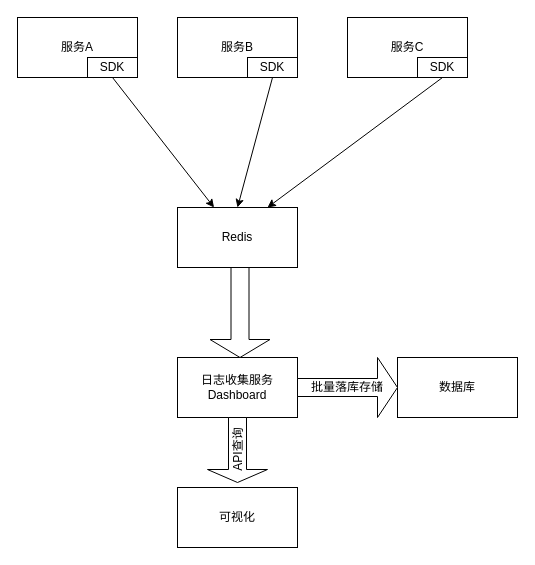
Before: page "BCP业务流程监控" (2 of 5) of 项目架构图.drawio in sooxen/drawio, a draw.io diagram. Source tidied: cells renumbered, new cells numbered last; positions are measured from the earlier drawing's top-left corner, leaving out a move shared by most shapes. Both pictures are drawn from the tidied source at 100%, with x=0, y=0 at pixel (17, 17).
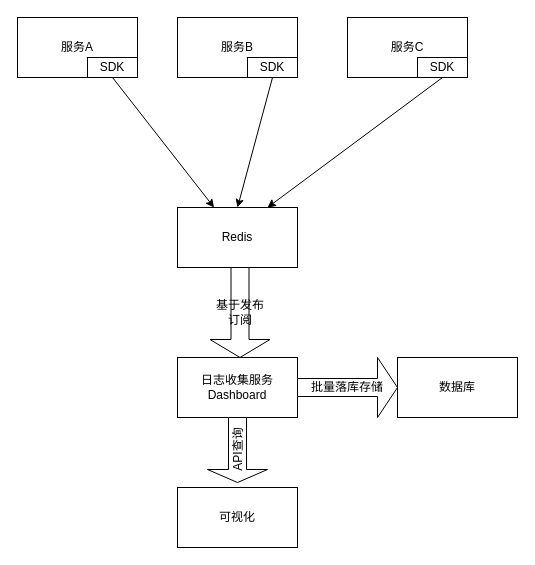
After the change.

Commit message:
更新项目架构图.drawio

What changed in the source:
```diff
@@
 <mxGraphModel>
   <root>
     <mxCell id="0" />
     <mxCell id="1" parent="0" />
     <mxCell id="2" value="服务A" style="rounded=0;whiteSpace=wrap;html=1;" parent="1" vertex="1">
       <mxGeometry width="120" height="60" as="geometry" />
     </mxCell>
     <mxCell id="3" value="服务B" style="rounded=0;whiteSpace=wrap;html=1;" parent="1" vertex="1">
       <mxGeometry x="160" width="120" height="60" as="geometry" />
     </mxCell>
     <mxCell id="4" value="服务C" style="rounded=0;whiteSpace=wrap;html=1;" parent="1" vertex="1">
       <mxGeometry x="330" width="120" height="60" as="geometry" />
     </mxCell>
     <mxCell id="5" value="SDK" style="rounded=0;whiteSpace=wrap;html=1;" parent="1" vertex="1">
       <mxGeometry x="70" y="40" width="50" height="20" as="geometry" />
     </mxCell>
     <mxCell id="6" value="SDK" style="rounded=0;whiteSpace=wrap;html=1;" parent="1" vertex="1">
       <mxGeometry x="230" y="40" width="50" height="20" as="geometry" />
     </mxCell>
     <mxCell id="7" value="SDK" style="rounded=0;whiteSpace=wrap;html=1;" parent="1" vertex="1">
       <mxGeometry x="400" y="40" width="50" height="20" as="geometry" />
     </mxCell>
     <mxCell id="8" value="Redis" style="rounded=0;whiteSpace=wrap;html=1;" parent="1" vertex="1">
       <mxGeometry x="160" y="190" width="120" height="60" as="geometry" />
     </mxCell>
     <mxCell id="9" style="endArrow=classic;html=1;rounded=0;exitX=0.5;exitY=1;exitDx=0;exitDy=0;" parent="1" edge="1" source="5" target="8">
       <mxGeometry relative="1" as="geometry" />
     </mxCell>
     <mxCell id="10" style="endArrow=classic;html=1;rounded=0;exitX=0.5;exitY=1;exitDx=0;exitDy=0;entryX=0.5;entryY=0;entryDx=0;entryDy=0;" parent="1" edge="1" source="6" target="8">
       <mxGeometry relative="1" as="geometry" />
     </mxCell>
     <mxCell id="11" style="endArrow=classic;html=1;rounded=0;exitX=0.5;exitY=1;exitDx=0;exitDy=0;entryX=0.75;entryY=0;entryDx=0;entryDy=0;" parent="1" edge="1" source="7" target="8">
       <mxGeometry relative="1" as="geometry" />
     </mxCell>
     <mxCell id="12" value="日志收集服务&lt;br&gt;Dashboard" style="rounded=0;whiteSpace=wrap;html=1;" parent="1" vertex="1">
       <mxGeometry x="160" y="340" width="120" height="60" as="geometry" />
     </mxCell>
     <mxCell id="13" value="可视化" style="rounded=0;whiteSpace=wrap;html=1;" parent="1" vertex="1">
       <mxGeometry x="160" y="470" width="120" height="60" as="geometry" />
     </mxCell>
     <mxCell id="14" value="数据库" style="rounded=0;whiteSpace=wrap;html=1;" parent="1" vertex="1">
       <mxGeometry x="380" y="340" width="120" height="60" as="geometry" />
     </mxCell>
     <mxCell id="15" value="API查询" style="shape=singleArrow;direction=west;whiteSpace=wrap;html=1;rotation=-90;" parent="1" vertex="1">
       <mxGeometry x="187.5" y="402.5" width="65" height="60" as="geometry" />
     </mxCell>
-    <mxCell id="16" style="shape=singleArrow;direction=south;whiteSpace=wrap;html=1;" parent="1" vertex="1">
+    <mxCell id="16" value="基于发布订阅" style="shape=singleArrow;direction=south;whiteSpace=wrap;html=1;" parent="1" vertex="1">
       <mxGeometry x="192.5" y="250" width="60" height="90" as="geometry" />
     </mxCell>
     <mxCell id="17" value="批量落库存储" style="shape=singleArrow;whiteSpace=wrap;html=1;" parent="1" vertex="1">
       <mxGeometry x="280" y="340" width="100" height="60" as="geometry" />
     </mxCell>
   </root>
 </mxGraphModel>
```
